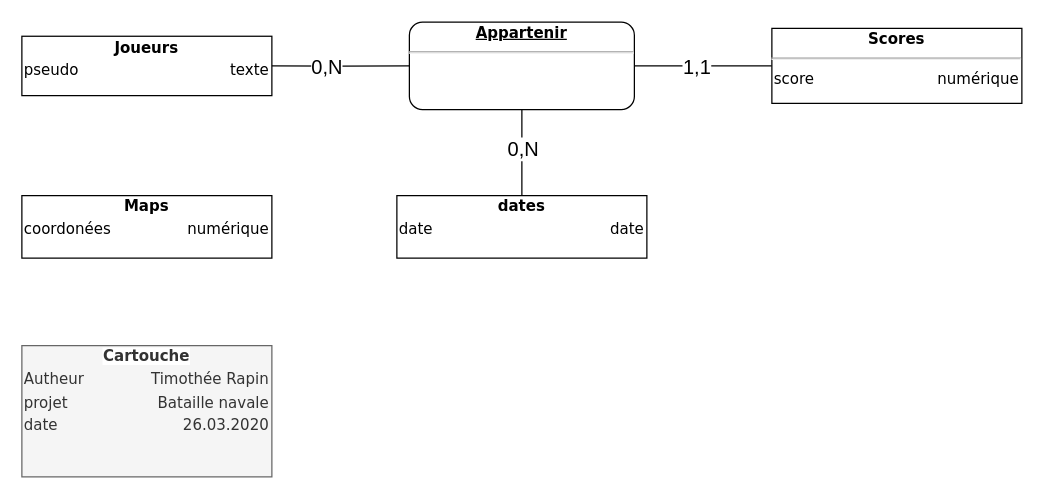
This is Doc/MCD.drawio from TimotheeRapin/Bataille-navale, a draw.io file, before an edit. Source tidied: cells renumbered, new cells numbered last; positions are measured from the earlier drawing's top-left corner, leaving out a move shared by most shapes. Both pictures are drawn from the tidied source at 125%, with x=0, y=0 at pixel (21, 21).
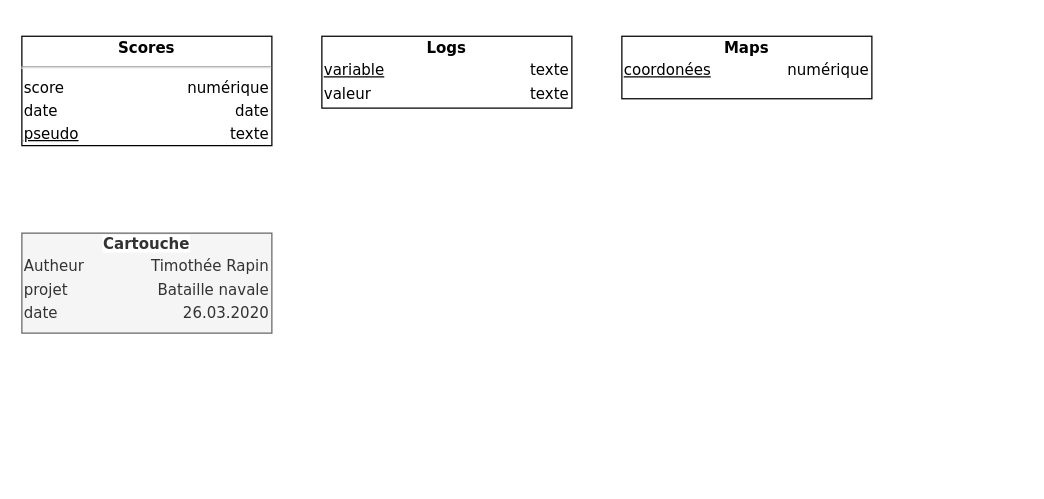
After the change.

What changed in the source:
```diff
@@
 <mxGraphModel background="#ffffff">
   <root>
     <mxCell id="0" />
     <mxCell id="1" parent="0" />
-    <mxCell id="2" value="&lt;div style=&quot;box-sizing: border-box ; width: 100% ; padding: 2px&quot;&gt;&lt;b&gt;&lt;span style=&quot;background-color: rgb(255 , 255 , 255)&quot;&gt;Joueurs&lt;/span&gt;&lt;/b&gt;&lt;/div&gt;&lt;table style=&quot;width: 100% ; font-size: 1em&quot; cellpadding=&quot;2&quot; cellspacing=&quot;0&quot;&gt;&lt;tbody&gt;&lt;tr&gt;&lt;td style=&quot;text-align: left&quot;&gt;pseudo&lt;/td&gt;&lt;td style=&quot;text-align: right&quot;&gt;texte&lt;br&gt;&lt;/td&gt;&lt;/tr&gt;&lt;tr&gt;&lt;td style=&quot;text-align: left&quot;&gt;&lt;br&gt;&lt;/td&gt;&lt;td style=&quot;text-align: right&quot;&gt;&lt;br&gt;&lt;/td&gt;&lt;/tr&gt;&lt;tr&gt;&lt;td style=&quot;text-align: left&quot;&gt;&lt;br&gt;&lt;/td&gt;&lt;td style=&quot;text-align: right&quot;&gt;&lt;br&gt;&lt;/td&gt;&lt;/tr&gt;&lt;/tbody&gt;&lt;/table&gt;" style="verticalAlign=top;align=center;overflow=fill;html=1;rounded=0;shadow=0;comic=0;labelBackgroundColor=none;strokeColor=#000000;strokeWidth=1;fillColor=#ffffff;fontFamily=Verdana;fontSize=12;fontColor=#000000;" parent="1" vertex="1">
-      <mxGeometry y="11.5" width="200" height="47.5" as="geometry" />
-    </mxCell>
-    <mxCell id="3" style="edgeStyle=orthogonalEdgeStyle;html=1;labelBackgroundColor=none;startArrow=none;endArrow=none;fontFamily=Verdana;fontSize=12;align=left;exitX=1;exitY=0.5;exitDx=0;exitDy=0;entryX=0;entryY=0.5;entryDx=0;entryDy=0;startFill=0;endFill=0;rounded=0;" parent="1" edge="1" source="2" target="5">
-      <mxGeometry relative="1" as="geometry" />
-    </mxCell>
-    <mxCell id="4" value="0,N" style="text;html=1;align=center;verticalAlign=middle;labelBackgroundColor=#ffffff;direction=south;fontSize=16;" parent="3" vertex="1">
-      <mxGeometry x="-0.77" y="-1" relative="1" as="geometry">
-        <mxPoint x="31" y="-1" as="offset" />
-      </mxGeometry>
-    </mxCell>
-    <mxCell id="5" value="&lt;div style=&quot;box-sizing: border-box ; width: 100% ; padding: 2px&quot;&gt;&lt;span style=&quot;background-color: rgb(255 , 255 , 255)&quot;&gt;&lt;b&gt;&lt;u&gt;Appartenir&lt;/u&gt;&lt;/b&gt;&lt;/span&gt;&lt;/div&gt;&lt;hr&gt;&lt;table style=&quot;width: 100% ; font-size: 1em&quot; cellpadding=&quot;2&quot; cellspacing=&quot;0&quot;&gt;&lt;tbody&gt;&lt;tr&gt;&lt;td style=&quot;text-align: left&quot;&gt;&lt;br&gt;&lt;/td&gt;&lt;td style=&quot;text-align: right&quot;&gt;&lt;br&gt;&lt;/td&gt;&lt;/tr&gt;&lt;tr&gt;&lt;td style=&quot;text-align: left&quot;&gt;&lt;br&gt;&lt;/td&gt;&lt;td style=&quot;text-align: right&quot;&gt;&lt;br&gt;&lt;/td&gt;&lt;/tr&gt;&lt;/tbody&gt;&lt;/table&gt;" style="verticalAlign=top;align=center;overflow=fill;html=1;rounded=1;shadow=0;comic=0;labelBackgroundColor=none;strokeColor=#000000;strokeWidth=1;fillColor=#ffffff;fontFamily=Verdana;fontSize=12;fontColor=#000000;" parent="1" vertex="1">
-      <mxGeometry x="310" y="0.2" width="180" height="70" as="geometry" />
-    </mxCell>
-    <mxCell id="6" style="edgeStyle=orthogonalEdgeStyle;rounded=0;jettySize=auto;html=1;startArrow=none;startFill=0;endArrow=none;endFill=0;" parent="1" edge="1" source="8" target="5">
-      <mxGeometry relative="1" as="geometry" />
-    </mxCell>
-    <mxCell id="7" value="1,1" style="text;html=1;align=center;verticalAlign=middle;labelBackgroundColor=#ffffff;fontSize=16;" parent="6" vertex="1">
-      <mxGeometry x="-0.65" relative="1" as="geometry">
-        <mxPoint x="-42" as="offset" />
-      </mxGeometry>
-    </mxCell>
-    <mxCell id="8" value="&lt;div style=&quot;box-sizing: border-box ; width: 100% ; padding: 2px&quot;&gt;&lt;span style=&quot;background-color: rgb(255 , 255 , 255)&quot;&gt;&lt;b&gt;Scores&lt;/b&gt;&lt;/span&gt;&lt;/div&gt;&lt;hr&gt;&lt;table style=&quot;width: 100% ; font-size: 1em&quot; cellpadding=&quot;2&quot; cellspacing=&quot;0&quot;&gt;&lt;tbody&gt;&lt;tr&gt;&lt;td style=&quot;text-align: left&quot;&gt;score&lt;br&gt;&lt;/td&gt;&lt;td style=&quot;text-align: right&quot;&gt;numérique&lt;br&gt;&lt;/td&gt;&lt;/tr&gt;&lt;tr&gt;&lt;td style=&quot;text-align: left&quot;&gt;&lt;br&gt;&lt;/td&gt;&lt;td style=&quot;text-align: right&quot;&gt;&lt;br&gt;&lt;/td&gt;&lt;/tr&gt;&lt;tr&gt;&lt;td style=&quot;text-align: left&quot;&gt;&lt;br&gt;&lt;/td&gt;&lt;td style=&quot;text-align: right&quot;&gt;&lt;br&gt;&lt;/td&gt;&lt;/tr&gt;&lt;/tbody&gt;&lt;/table&gt;" style="verticalAlign=top;align=center;overflow=fill;html=1;rounded=0;shadow=0;comic=0;labelBackgroundColor=none;strokeColor=#000000;strokeWidth=1;fillColor=#ffffff;fontFamily=Verdana;fontSize=12;fontColor=#000000;" parent="1" vertex="1">
-      <mxGeometry x="600" y="5.2" width="200" height="60" as="geometry" />
+    <mxCell id="8" value="&lt;div style=&quot;box-sizing: border-box ; width: 100% ; padding: 2px&quot;&gt;&lt;span style=&quot;background-color: rgb(255 , 255 , 255)&quot;&gt;&lt;b&gt;Scores&lt;/b&gt;&lt;/span&gt;&lt;/div&gt;&lt;hr&gt;&lt;table style=&quot;width: 100% ; font-size: 1em&quot; cellpadding=&quot;2&quot; cellspacing=&quot;0&quot;&gt;&lt;tbody&gt;&lt;tr&gt;&lt;td style=&quot;text-align: left&quot;&gt;score&lt;br&gt;&lt;/td&gt;&lt;td style=&quot;text-align: right&quot;&gt;numérique&lt;br&gt;&lt;/td&gt;&lt;/tr&gt;&lt;tr&gt;&lt;td style=&quot;text-align: left&quot;&gt;date&lt;/td&gt;&lt;td style=&quot;text-align: right&quot;&gt;date&lt;/td&gt;&lt;/tr&gt;&lt;tr&gt;&lt;td style=&quot;text-align: left&quot;&gt;&lt;u&gt;pseudo&lt;/u&gt;&lt;/td&gt;&lt;td style=&quot;text-align: right&quot;&gt;texte&lt;/td&gt;&lt;/tr&gt;&lt;/tbody&gt;&lt;/table&gt;" style="verticalAlign=top;align=center;overflow=fill;html=1;rounded=0;shadow=0;comic=0;labelBackgroundColor=none;strokeColor=#000000;strokeWidth=1;fillColor=#ffffff;fontFamily=Verdana;fontSize=12;fontColor=#000000;" parent="1" vertex="1">
+      <mxGeometry y="11.5" width="200" height="87.5" as="geometry" />
     </mxCell>
     <mxCell id="9" value="&lt;div style=&quot;box-sizing: border-box ; width: 100% ; padding: 2px&quot;&gt;&lt;b&gt;&lt;span style=&quot;background-color: rgb(255 , 255 , 255)&quot;&gt;Cartouche&lt;/span&gt;&lt;/b&gt;&lt;/div&gt;&lt;table style=&quot;width: 100% ; font-size: 1em&quot; cellpadding=&quot;2&quot; cellspacing=&quot;0&quot;&gt;&lt;tbody&gt;&lt;tr&gt;&lt;td style=&quot;text-align: left&quot;&gt;Autheur&lt;/td&gt;&lt;td style=&quot;text-align: right&quot;&gt;Timothée Rapin&lt;br&gt;&lt;/td&gt;&lt;/tr&gt;&lt;tr&gt;&lt;td style=&quot;text-align: left&quot;&gt;projet&lt;/td&gt;&lt;td style=&quot;text-align: right&quot;&gt;Bataille navale&lt;/td&gt;&lt;/tr&gt;&lt;tr&gt;&lt;td style=&quot;text-align: left&quot;&gt;date&lt;/td&gt;&lt;td style=&quot;text-align: right&quot;&gt;26.03.2020&lt;/td&gt;&lt;/tr&gt;&lt;/tbody&gt;&lt;/table&gt;" style="verticalAlign=top;align=center;overflow=fill;html=1;rounded=0;shadow=0;comic=0;labelBackgroundColor=none;strokeColor=#666666;strokeWidth=1;fillColor=#f5f5f5;fontFamily=Verdana;fontSize=12;fontColor=#333333;" parent="1" vertex="1">
-      <mxGeometry y="259" width="200" height="105" as="geometry" />
+      <mxGeometry y="169" width="200" height="80" as="geometry" />
     </mxCell>
-    <mxCell id="10" value="&lt;div style=&quot;box-sizing: border-box ; width: 100% ; padding: 2px&quot;&gt;&lt;b&gt;&lt;span style=&quot;background-color: rgb(255 , 255 , 255)&quot;&gt;Maps&lt;/span&gt;&lt;/b&gt;&lt;/div&gt;&lt;table style=&quot;width: 100% ; font-size: 1em&quot; cellpadding=&quot;2&quot; cellspacing=&quot;0&quot;&gt;&lt;tbody&gt;&lt;tr&gt;&lt;td style=&quot;text-align: left&quot;&gt;coordonées&lt;/td&gt;&lt;td style=&quot;text-align: right&quot;&gt;numérique&lt;br&gt;&lt;/td&gt;&lt;/tr&gt;&lt;tr&gt;&lt;td style=&quot;text-align: left&quot;&gt;&lt;br&gt;&lt;/td&gt;&lt;td style=&quot;text-align: right&quot;&gt;&lt;br&gt;&lt;/td&gt;&lt;/tr&gt;&lt;tr&gt;&lt;td style=&quot;text-align: left&quot;&gt;&lt;br&gt;&lt;/td&gt;&lt;td style=&quot;text-align: right&quot;&gt;&lt;br&gt;&lt;/td&gt;&lt;/tr&gt;&lt;/tbody&gt;&lt;/table&gt;" style="verticalAlign=top;align=center;overflow=fill;html=1;rounded=0;shadow=0;comic=0;labelBackgroundColor=none;strokeColor=#000000;strokeWidth=1;fillColor=#ffffff;fontFamily=Verdana;fontSize=12;fontColor=#000000;" parent="1" vertex="1">
-      <mxGeometry y="139" width="200" height="50" as="geometry" />
+    <mxCell id="10" value="&lt;div style=&quot;box-sizing: border-box ; width: 100% ; padding: 2px&quot;&gt;&lt;b&gt;&lt;span style=&quot;background-color: rgb(255 , 255 , 255)&quot;&gt;Maps&lt;/span&gt;&lt;/b&gt;&lt;/div&gt;&lt;table style=&quot;width: 100% ; font-size: 1em&quot; cellpadding=&quot;2&quot; cellspacing=&quot;0&quot;&gt;&lt;tbody&gt;&lt;tr&gt;&lt;td style=&quot;text-align: left&quot;&gt;&lt;u&gt;coordonées&lt;/u&gt;&lt;/td&gt;&lt;td style=&quot;text-align: right&quot;&gt;numérique&lt;br&gt;&lt;/td&gt;&lt;/tr&gt;&lt;tr&gt;&lt;td style=&quot;text-align: left&quot;&gt;&lt;br&gt;&lt;/td&gt;&lt;td style=&quot;text-align: right&quot;&gt;&lt;br&gt;&lt;/td&gt;&lt;/tr&gt;&lt;tr&gt;&lt;td style=&quot;text-align: left&quot;&gt;&lt;br&gt;&lt;/td&gt;&lt;td style=&quot;text-align: right&quot;&gt;&lt;br&gt;&lt;/td&gt;&lt;/tr&gt;&lt;/tbody&gt;&lt;/table&gt;" style="verticalAlign=top;align=center;overflow=fill;html=1;rounded=0;shadow=0;comic=0;labelBackgroundColor=none;strokeColor=#000000;strokeWidth=1;fillColor=#ffffff;fontFamily=Verdana;fontSize=12;fontColor=#000000;" parent="1" vertex="1">
+      <mxGeometry x="480" y="11.5" width="200" height="50" as="geometry" />
     </mxCell>
-    <mxCell id="11" value="&lt;div style=&quot;box-sizing: border-box ; width: 100% ; padding: 2px&quot;&gt;&lt;b&gt;&lt;span style=&quot;background-color: rgb(255 , 255 , 255)&quot;&gt;dates&lt;/span&gt;&lt;/b&gt;&lt;/div&gt;&lt;table style=&quot;width: 100% ; font-size: 1em&quot; cellpadding=&quot;2&quot; cellspacing=&quot;0&quot;&gt;&lt;tbody&gt;&lt;tr&gt;&lt;td style=&quot;text-align: left&quot;&gt;date&lt;/td&gt;&lt;td style=&quot;text-align: right&quot;&gt;date&lt;br&gt;&lt;/td&gt;&lt;/tr&gt;&lt;tr&gt;&lt;td style=&quot;text-align: left&quot;&gt;&lt;br&gt;&lt;/td&gt;&lt;td style=&quot;text-align: right&quot;&gt;&lt;br&gt;&lt;/td&gt;&lt;/tr&gt;&lt;tr&gt;&lt;td style=&quot;text-align: left&quot;&gt;&lt;br&gt;&lt;/td&gt;&lt;td style=&quot;text-align: right&quot;&gt;&lt;br&gt;&lt;/td&gt;&lt;/tr&gt;&lt;/tbody&gt;&lt;/table&gt;" style="verticalAlign=top;align=center;overflow=fill;html=1;rounded=0;shadow=0;comic=0;labelBackgroundColor=none;strokeColor=#000000;strokeWidth=1;fillColor=#ffffff;fontFamily=Verdana;fontSize=12;fontColor=#000000;" parent="1" vertex="1">
-      <mxGeometry x="300" y="139" width="200" height="50" as="geometry" />
-    </mxCell>
-    <mxCell id="12" style="edgeStyle=orthogonalEdgeStyle;html=1;labelBackgroundColor=none;startArrow=none;endArrow=none;fontFamily=Verdana;fontSize=12;align=left;exitX=0.5;exitY=1;exitDx=0;exitDy=0;entryX=0.5;entryY=0;entryDx=0;entryDy=0;startFill=0;endFill=0;rounded=0;" parent="1" edge="1" source="5" target="11">
-      <mxGeometry relative="1" as="geometry" />
-    </mxCell>
-    <mxCell id="13" value="0,N" style="text;html=1;align=center;verticalAlign=middle;labelBackgroundColor=#ffffff;direction=south;fontSize=16;" parent="12" vertex="1">
-      <mxGeometry x="-0.77" y="-1" relative="1" as="geometry">
-        <mxPoint x="1" y="23" as="offset" />
-      </mxGeometry>
-    </mxCell>
-    <mxCell id="14" style="edgeStyle=orthogonalEdgeStyle;rounded=0;orthogonalLoop=1;jettySize=auto;html=1;exitX=0.5;exitY=1;exitDx=0;exitDy=0;" parent="1" edge="1" source="2" target="2">
-      <mxGeometry relative="1" as="geometry" />
+    <mxCell id="14" style="edgeStyle=orthogonalEdgeStyle;rounded=0;orthogonalLoop=1;jettySize=auto;html=1;exitX=0.5;exitY=1;exitDx=0;exitDy=0;" parent="1" edge="1">
+      <mxGeometry relative="1" as="geometry">
+        <mxPoint x="100" y="59" as="sourcePoint" />
+        <mxPoint x="100" y="59" as="targetPoint" />
+      </mxGeometry>
     </mxCell>
+    <mxCell id="15" value="&lt;div style=&quot;box-sizing: border-box ; width: 100% ; padding: 2px&quot;&gt;&lt;b&gt;&lt;span style=&quot;background-color: rgb(255 , 255 , 255)&quot;&gt;Logs&lt;/span&gt;&lt;/b&gt;&lt;/div&gt;&lt;table style=&quot;width: 100% ; font-size: 1em&quot; cellpadding=&quot;2&quot; cellspacing=&quot;0&quot;&gt;&lt;tbody&gt;&lt;tr&gt;&lt;td style=&quot;text-align: left&quot;&gt;&lt;u&gt;variable&lt;/u&gt;&lt;/td&gt;&lt;td style=&quot;text-align: right&quot;&gt;texte&lt;br&gt;&lt;/td&gt;&lt;/tr&gt;&lt;tr&gt;&lt;td style=&quot;text-align: left&quot;&gt;valeur&lt;/td&gt;&lt;td style=&quot;text-align: right&quot;&gt;texte&lt;/td&gt;&lt;/tr&gt;&lt;tr&gt;&lt;td style=&quot;text-align: left&quot;&gt;&lt;br&gt;&lt;/td&gt;&lt;td style=&quot;text-align: right&quot;&gt;&lt;br&gt;&lt;/td&gt;&lt;/tr&gt;&lt;/tbody&gt;&lt;/table&gt;" style="verticalAlign=top;align=center;overflow=fill;html=1;rounded=0;shadow=0;comic=0;labelBackgroundColor=none;strokeColor=#000000;strokeWidth=1;fillColor=#ffffff;fontFamily=Verdana;fontSize=12;fontColor=#000000;" parent="1" vertex="1">
+      <mxGeometry x="240" y="11.5" width="200" height="57.5" as="geometry" />
+    </mxCell>
   </root>
 </mxGraphModel>
```
